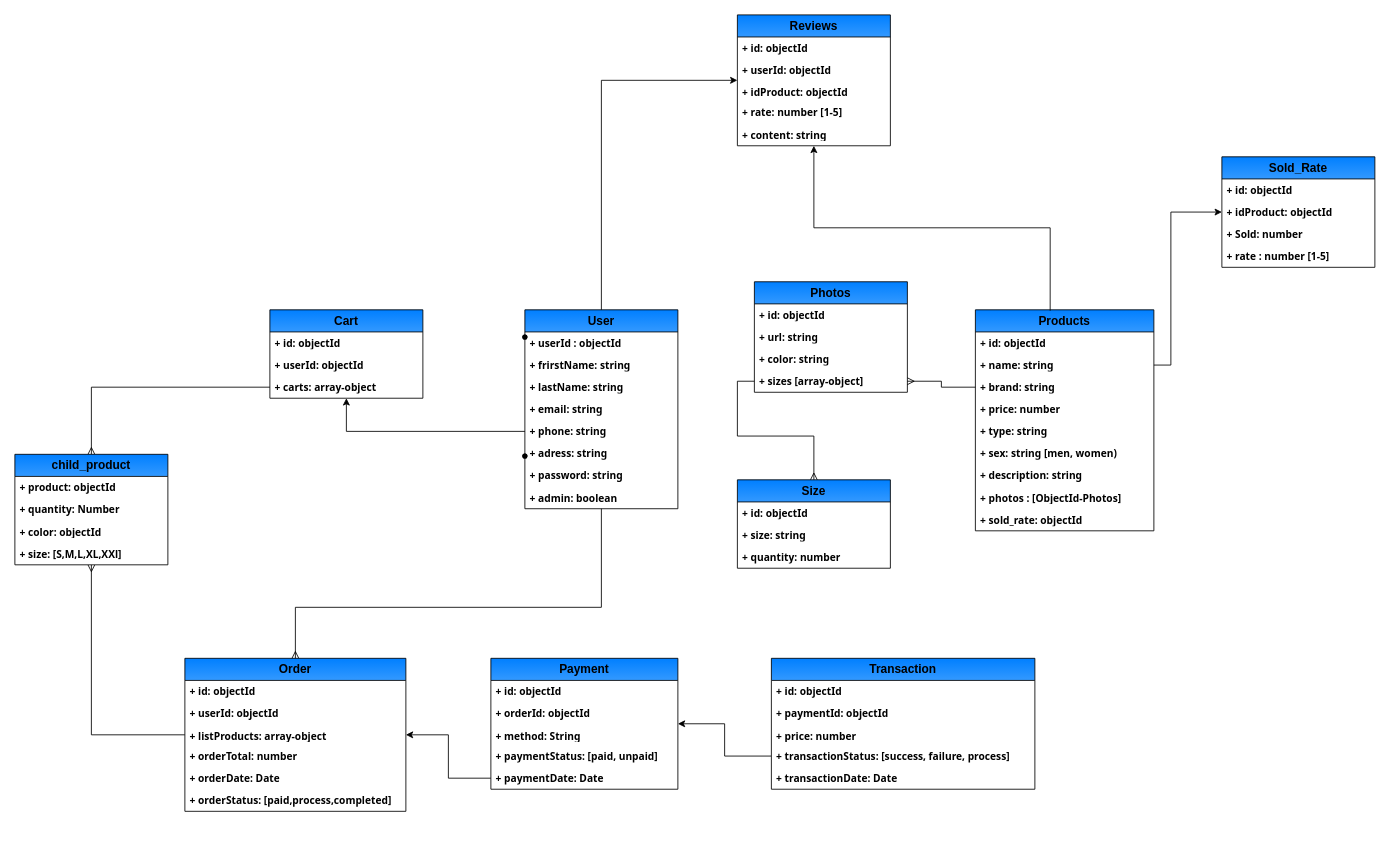
This is Biểu đồ không có tiêu đề.drawio from Baodt2911/FASCO, a draw.io file, before an edit. Source tidied: cells renumbered, new cells numbered last; positions are measured from the earlier drawing's top-left corner, leaving out a move shared by most shapes. Both pictures are drawn from the tidied source at 85%, with x=0, y=0 at pixel (14, 14).
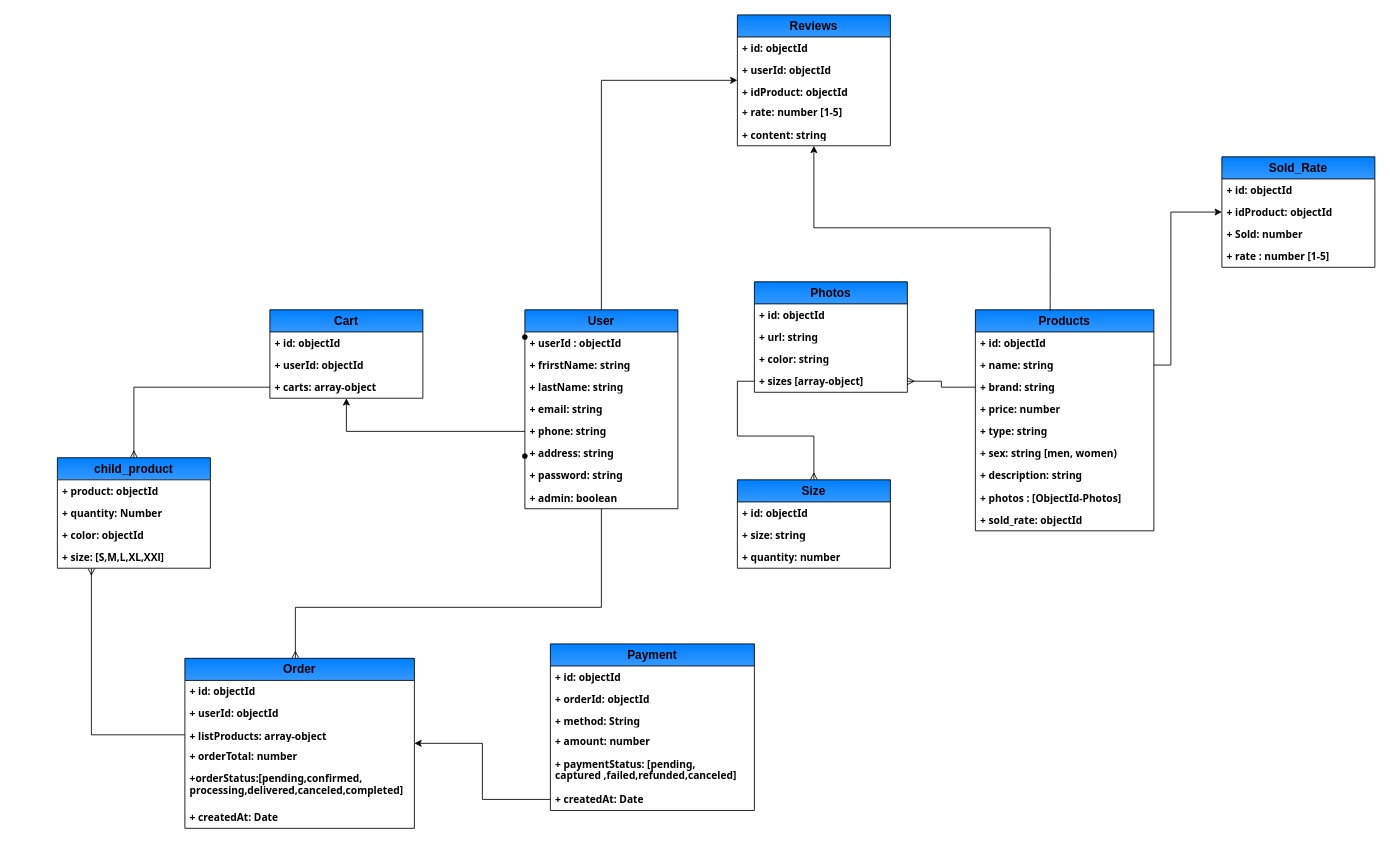
Above is the later version.

The change refers to these unchanged cells:
```xml
<mxCell id="2" value="User" style="swimlane;fontStyle=1;horizontal=1;startSize=26;fillColor=#007FFF;whiteSpace=wrap;html=1;rounded=0;glass=0;shadow=0;swimlaneFillColor=default;gradientColor=#3399FF;fontSize=14;arcSize=50;" parent="1" vertex="1">
  <mxGeometry x="600" y="347" width="180" height="234" as="geometry" />
</mxCell>
```

What changed in the source:
```diff
@@
-    <mxCell id="8" value="+ adress: string" style="text;strokeColor=none;fillColor=none;align=left;verticalAlign=top;spacingLeft=4;spacingRight=4;overflow=hidden;whiteSpace=wrap;html=1;fontFamily=Tahoma;fontStyle=1;" parent="2" vertex="1">
+    <mxCell id="8" value="+ address: string" style="text;strokeColor=none;fillColor=none;align=left;verticalAlign=top;spacingLeft=4;spacingRight=4;overflow=hidden;whiteSpace=wrap;html=1;fontFamily=Tahoma;fontStyle=1;" parent="2" vertex="1">
       <mxGeometry y="156" width="180" height="26" as="geometry" />
     </mxCell>
@@
     <mxCell id="55" value="child_product" style="swimlane;fontStyle=1;horizontal=1;startSize=26;fillColor=#007FFF;whiteSpace=wrap;html=1;rounded=0;glass=0;shadow=0;swimlaneFillColor=default;gradientColor=#3399FF;fontSize=14;arcSize=50;" parent="1" vertex="1">
-      <mxGeometry y="517" width="180" height="130" as="geometry" />
+      <mxGeometry x="50" y="521" width="180" height="130" as="geometry" />
     </mxCell>
@@
     <mxCell id="62" value="Order" style="swimlane;fontStyle=1;horizontal=1;startSize=26;fillColor=#007FFF;whiteSpace=wrap;html=1;rounded=0;glass=0;shadow=0;swimlaneFillColor=default;gradientColor=#3399FF;fontSize=14;arcSize=50;" parent="1" vertex="1">
-      <mxGeometry x="200" y="757" width="260" height="180" as="geometry" />
+      <mxGeometry x="200" y="757" width="270" height="200" as="geometry" />
     </mxCell>
     <mxCell id="63" value="+ id: objectId" style="text;strokeColor=none;fillColor=none;align=left;verticalAlign=top;spacingLeft=4;spacingRight=4;overflow=hidden;whiteSpace=wrap;html=1;fontSize=12;fontStyle=1;fontFamily=Tahoma;" parent="62" vertex="1">
-      <mxGeometry y="26" width="260" height="26" as="geometry" />
+      <mxGeometry y="26" width="270" height="26" as="geometry" />
     </mxCell>
     <mxCell id="64" value="+ userId: objectId" style="text;strokeColor=none;fillColor=none;align=left;verticalAlign=top;spacingLeft=4;spacingRight=4;overflow=hidden;whiteSpace=wrap;html=1;fontFamily=Tahoma;fontStyle=1;" parent="62" vertex="1">
-      <mxGeometry y="52" width="260" height="26" as="geometry" />
+      <mxGeometry y="52" width="270" height="26" as="geometry" />
     </mxCell>
     <mxCell id="65" value="+ listProducts: array-object" style="text;strokeColor=none;fillColor=none;align=left;verticalAlign=top;spacingLeft=4;spacingRight=4;overflow=hidden;points=[[0,0.5],[1,0.5]];portConstraint=eastwest;whiteSpace=wrap;html=1;fontFamily=Tahoma;fontStyle=1;" parent="62" vertex="1">
-      <mxGeometry y="78" width="260" height="24" as="geometry" />
+      <mxGeometry y="78" width="270" height="24" as="geometry" />
     </mxCell>
     <mxCell id="66" value="+ orderTotal: number" style="text;strokeColor=none;fillColor=none;align=left;verticalAlign=top;spacingLeft=4;spacingRight=4;overflow=hidden;whiteSpace=wrap;html=1;fontFamily=Tahoma;fontStyle=1;" parent="62" vertex="1">
-      <mxGeometry y="102" width="260" height="26" as="geometry" />
+      <mxGeometry y="102" width="270" height="26" as="geometry" />
     </mxCell>
+    <mxCell id="68" value="+orderStatus:[&lt;strong&gt;pending,&lt;/strong&gt;&lt;strong&gt;confirmed,&lt;br&gt;&lt;/strong&gt;&lt;strong&gt;processing,&lt;/strong&gt;&lt;strong&gt;delivered,&lt;/strong&gt;&lt;strong&gt;canceled,&lt;/strong&gt;&lt;strong&gt;completed]&lt;/strong&gt;" style="text;strokeColor=none;fillColor=none;align=left;verticalAlign=top;spacingLeft=4;spacingRight=4;overflow=hidden;whiteSpace=wrap;html=1;fontFamily=Tahoma;fontStyle=1;" parent="62" vertex="1">
+      <mxGeometry y="128" width="270" height="46" as="geometry" />
+    </mxCell>
-    <mxCell id="67" value="+ orderDate: Date" style="text;strokeColor=none;fillColor=none;align=left;verticalAlign=top;spacingLeft=4;spacingRight=4;overflow=hidden;whiteSpace=wrap;html=1;fontFamily=Tahoma;fontStyle=1;" parent="62" vertex="1">
-      <mxGeometry y="128" width="260" height="26" as="geometry" />
+    <mxCell id="67" value="+ createdAt: Date" style="text;strokeColor=none;fillColor=none;align=left;verticalAlign=top;spacingLeft=4;spacingRight=4;overflow=hidden;whiteSpace=wrap;html=1;fontFamily=Tahoma;fontStyle=1;" parent="62" vertex="1">
+      <mxGeometry y="174" width="270" height="26" as="geometry" />
     </mxCell>
-    <mxCell id="68" value="+ orderStatus: [paid,process,completed]" style="text;strokeColor=none;fillColor=none;align=left;verticalAlign=top;spacingLeft=4;spacingRight=4;overflow=hidden;whiteSpace=wrap;html=1;fontFamily=Tahoma;fontStyle=1;" parent="62" vertex="1">
-      <mxGeometry y="154" width="260" height="26" as="geometry" />
-    </mxCell>
-    <mxCell id="69" style="edgeStyle=orthogonalEdgeStyle;rounded=0;jettySize=auto;html=1;startArrow=classic;startFill=1;endArrow=none;endFill=0;" parent="1" edge="1" source="70" target="80">
-      <mxGeometry relative="1" as="geometry" />
-    </mxCell>
     <mxCell id="70" value="Payment" style="swimlane;fontStyle=1;horizontal=1;startSize=26;fillColor=#007FFF;whiteSpace=wrap;html=1;rounded=0;glass=0;shadow=0;swimlaneFillColor=default;gradientColor=#3399FF;fontSize=14;arcSize=50;" parent="1" vertex="1">
-      <mxGeometry x="560" y="757" width="220" height="154" as="geometry" />
+      <mxGeometry x="630" y="740" width="240" height="196" as="geometry" />
     </mxCell>
     <mxCell id="71" value="+ id: objectId" style="text;strokeColor=none;fillColor=none;align=left;verticalAlign=top;spacingLeft=4;spacingRight=4;overflow=hidden;whiteSpace=wrap;html=1;fontSize=12;fontStyle=1;fontFamily=Tahoma;" parent="70" vertex="1">
-      <mxGeometry y="26" width="220" height="26" as="geometry" />
+      <mxGeometry y="26" width="240" height="26" as="geometry" />
     </mxCell>
     <mxCell id="72" value="+ orderId: objectId" style="text;strokeColor=none;fillColor=none;align=left;verticalAlign=top;spacingLeft=4;spacingRight=4;overflow=hidden;whiteSpace=wrap;html=1;fontFamily=Tahoma;fontStyle=1;" parent="70" vertex="1">
-      <mxGeometry y="52" width="220" height="26" as="geometry" />
+      <mxGeometry y="52" width="240" height="26" as="geometry" />
     </mxCell>
     <mxCell id="73" value="+ method: String" style="text;strokeColor=none;fillColor=none;align=left;verticalAlign=top;spacingLeft=4;spacingRight=4;overflow=hidden;whiteSpace=wrap;html=1;fontFamily=Tahoma;fontStyle=1;" parent="70" vertex="1">
-      <mxGeometry y="78" width="220" height="24" as="geometry" />
+      <mxGeometry y="78" width="240" height="24" as="geometry" />
     </mxCell>
+    <mxCell id="84" value="+ amount: number" style="text;strokeColor=none;fillColor=none;align=left;verticalAlign=top;spacingLeft=4;spacingRight=4;overflow=hidden;whiteSpace=wrap;html=1;fontFamily=Tahoma;fontStyle=1;" parent="70" vertex="1">
+      <mxGeometry y="102" width="240" height="26" as="geometry" />
+    </mxCell>
-    <mxCell id="74" value="+ paymentStatus: [paid, unpaid]" style="text;strokeColor=none;fillColor=none;align=left;verticalAlign=top;spacingLeft=4;spacingRight=4;overflow=hidden;whiteSpace=wrap;html=1;fontFamily=Tahoma;fontStyle=1;" parent="70" vertex="1">
-      <mxGeometry y="102" width="220" height="26" as="geometry" />
+    <mxCell id="74" value="+ paymentStatus: [&lt;strong&gt;pending,&lt;/strong&gt;&lt;br&gt;&lt;strong&gt;captured&lt;/strong&gt;&amp;nbsp;,failed,&lt;strong&gt;refunded,&lt;/strong&gt;&lt;strong&gt;canceled&lt;/strong&gt;]" style="text;strokeColor=none;fillColor=none;align=left;verticalAlign=top;spacingLeft=4;spacingRight=4;overflow=hidden;whiteSpace=wrap;html=1;fontFamily=Tahoma;fontStyle=1;" parent="70" vertex="1">
+      <mxGeometry y="128" width="240" height="42" as="geometry" />
     </mxCell>
-    <mxCell id="75" value="+ paymentDate: Date" style="text;strokeColor=none;fillColor=none;align=left;verticalAlign=top;spacingLeft=4;spacingRight=4;overflow=hidden;points=[[0,0.5],[1,0.5]];portConstraint=eastwest;whiteSpace=wrap;html=1;fontFamily=Tahoma;fontStyle=1;" parent="70" vertex="1">
-      <mxGeometry y="128" width="220" height="26" as="geometry" />
+    <mxCell id="75" value="+ createdAt: Date" style="text;strokeColor=none;fillColor=none;align=left;verticalAlign=top;spacingLeft=4;spacingRight=4;overflow=hidden;points=[[0,0.5],[1,0.5]];portConstraint=eastwest;whiteSpace=wrap;html=1;fontFamily=Tahoma;fontStyle=1;" parent="70" vertex="1">
+      <mxGeometry y="170" width="240" height="26" as="geometry" />
     </mxCell>
-    <mxCell id="76" value="Transaction " style="swimlane;fontStyle=1;horizontal=1;startSize=26;fillColor=#007FFF;whiteSpace=wrap;html=1;rounded=0;glass=0;shadow=0;swimlaneFillColor=default;gradientColor=#3399FF;fontSize=14;arcSize=50;" parent="1" vertex="1">
-      <mxGeometry x="890" y="757" width="310" height="154" as="geometry" />
-    </mxCell>
-    <mxCell id="77" value="+ id: objectId" style="text;strokeColor=none;fillColor=none;align=left;verticalAlign=top;spacingLeft=4;spacingRight=4;overflow=hidden;whiteSpace=wrap;html=1;fontSize=12;fontStyle=1;fontFamily=Tahoma;" parent="76" vertex="1">
-      <mxGeometry y="26" width="310" height="26" as="geometry" />
-    </mxCell>
-    <mxCell id="78" value="+ paymentId: objectId" style="text;strokeColor=none;fillColor=none;align=left;verticalAlign=top;spacingLeft=4;spacingRight=4;overflow=hidden;whiteSpace=wrap;html=1;fontFamily=Tahoma;fontStyle=1;" parent="76" vertex="1">
-      <mxGeometry y="52" width="310" height="26" as="geometry" />
-    </mxCell>
-    <mxCell id="79" value="+ price: number" style="text;strokeColor=none;fillColor=none;align=left;verticalAlign=top;spacingLeft=4;spacingRight=4;overflow=hidden;whiteSpace=wrap;html=1;fontFamily=Tahoma;fontStyle=1;" parent="76" vertex="1">
-      <mxGeometry y="78" width="310" height="24" as="geometry" />
-    </mxCell>
-    <mxCell id="80" value="+ transactionStatus: [success, failure, process]" style="text;strokeColor=none;fillColor=none;align=left;verticalAlign=top;spacingLeft=4;spacingRight=4;overflow=hidden;points=[[0,0.5],[1,0.5]];portConstraint=eastwest;whiteSpace=wrap;html=1;fontFamily=Tahoma;fontStyle=1;" parent="76" vertex="1">
-      <mxGeometry y="102" width="310" height="26" as="geometry" />
-    </mxCell>
-    <mxCell id="81" value="+ transactionDate: Date" style="text;strokeColor=none;fillColor=none;align=left;verticalAlign=top;spacingLeft=4;spacingRight=4;overflow=hidden;whiteSpace=wrap;html=1;fontFamily=Tahoma;fontStyle=1;" parent="76" vertex="1">
-      <mxGeometry y="128" width="310" height="26" as="geometry" />
-    </mxCell>
```
